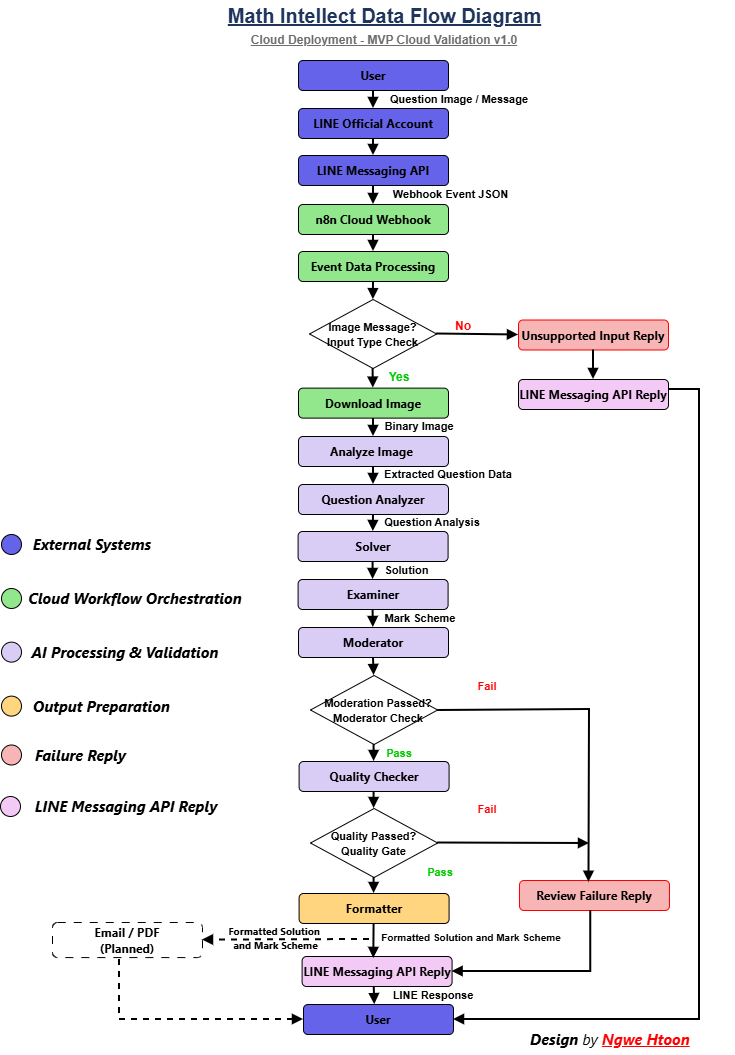
Earlier version of the draw.io export diagrams/data-flow-diagram-cloud.png (EduAILabs/math-intellect). Source tidied: cells renumbered, new cells last; positions are measured from the earlier drawing's top-left corner, leaving out a move shared by most shapes.
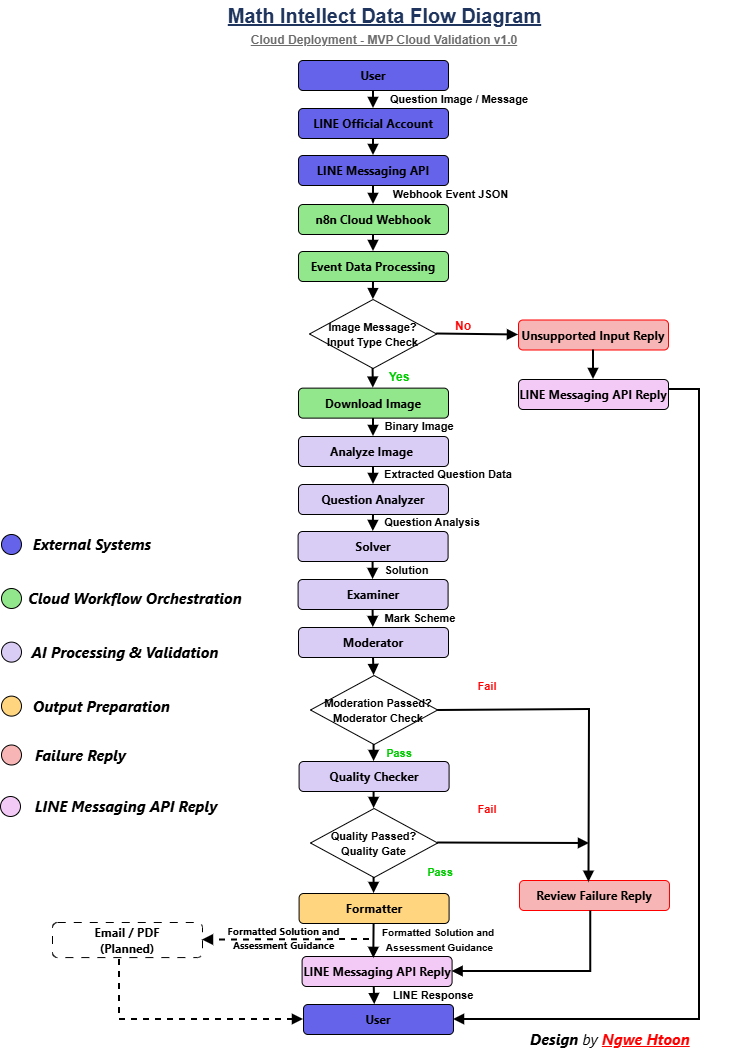
The same diagram one commit later.

The edit, as a diff of the source:
```diff
@@ -50,9 +50,9 @@
         </Array>
       </mxGeometry>
     </mxCell>
-    <mxCell id="16" value="&lt;font face=&quot;Segoe UI&quot; style=&quot;font-size: 10px;&quot;&gt;&lt;b style=&quot;&quot;&gt;Formatted Solution&amp;nbsp;&lt;/b&gt;&lt;/font&gt;&lt;div&gt;&lt;font face=&quot;Segoe UI&quot; style=&quot;font-size: 10px;&quot;&gt;&lt;b style=&quot;&quot;&gt;and Mark Scheme&lt;/b&gt;&lt;/font&gt;&lt;/div&gt;" style="edgeLabel;html=1;align=center;verticalAlign=middle;" parent="15" vertex="1">
+    <mxCell id="16" value="&lt;font face=&quot;Segoe UI&quot; style=&quot;font-size: 10px;&quot;&gt;&lt;b style=&quot;&quot;&gt;Formatted Solution&amp;nbsp;&lt;/b&gt;&lt;/font&gt;&lt;b style=&quot;font-size: 10px; font-family: &amp;quot;Segoe UI&amp;quot;; background-color: light-dark(#ffffff, var(--ge-dark-color, #121212)); color: light-dark(#000000, var(--ge-light-color, #ffffff));&quot;&gt;and&lt;/b&gt;&lt;div&gt;&lt;b style=&quot;font-size: 10px; font-family: &amp;quot;Segoe UI&amp;quot;; background-color: light-dark(#ffffff, var(--ge-dark-color, #121212)); color: light-dark(#000000, var(--ge-light-color, #ffffff));&quot;&gt;Assessment Guidance&lt;/b&gt;&lt;/div&gt;" style="edgeLabel;html=1;align=center;verticalAlign=middle;" parent="15" vertex="1">
       <mxGeometry x="-0.1" relative="1" as="geometry">
-        <mxPoint x="105" y="-81" as="offset" />
+        <mxPoint x="114" y="-81" as="offset" />
       </mxGeometry>
     </mxCell>
     <mxCell id="17" style="group;" parent="1" vertex="1">
@@ -280,8 +280,8 @@
     <mxCell id="85" value="&lt;span style=&quot;font-size: 15px; background-color: rgb(255, 255, 255);&quot;&gt;&lt;i&gt;&lt;font face=&quot;Segoe UI&quot;&gt;&lt;b&gt;LINE Messaging API Reply&lt;/b&gt;&lt;/font&gt;&lt;/i&gt;&lt;/span&gt;" style="text;html=1;whiteSpace=wrap;strokeColor=none;fillColor=none;align=center;verticalAlign=middle;rounded=0;" parent="73" vertex="1">
       <mxGeometry x="28" y="262" width="196" height="30" as="geometry" />
     </mxCell>
-    <mxCell id="86" value="&lt;font style=&quot;font-size: 10px;&quot;&gt;&lt;b style=&quot;&quot;&gt;Formatted Solution and Mark Scheme&lt;/b&gt;&lt;/font&gt;" style="text;html=1;whiteSpace=wrap;strokeColor=none;fillColor=none;align=center;verticalAlign=middle;rounded=0;" parent="1" vertex="1">
-      <mxGeometry x="372.8" y="928" width="196" height="18" as="geometry" />
+    <mxCell id="86" value="&lt;font style=&quot;font-size: 10px;&quot;&gt;&lt;b style=&quot;&quot;&gt;Formatted Solution and&amp;nbsp;&lt;/b&gt;&lt;/font&gt;&lt;div&gt;&lt;font style=&quot;font-size: 10px;&quot;&gt;&lt;b style=&quot;&quot;&gt;Assessment Guidance&lt;/b&gt;&lt;/font&gt;&lt;/div&gt;" style="text;html=1;whiteSpace=wrap;strokeColor=none;fillColor=none;align=center;verticalAlign=middle;rounded=0;" parent="1" vertex="1">
+      <mxGeometry x="371.8" y="930" width="134.6" height="18" as="geometry" />
     </mxCell>
   </root>
 </mxGraphModel>
```
